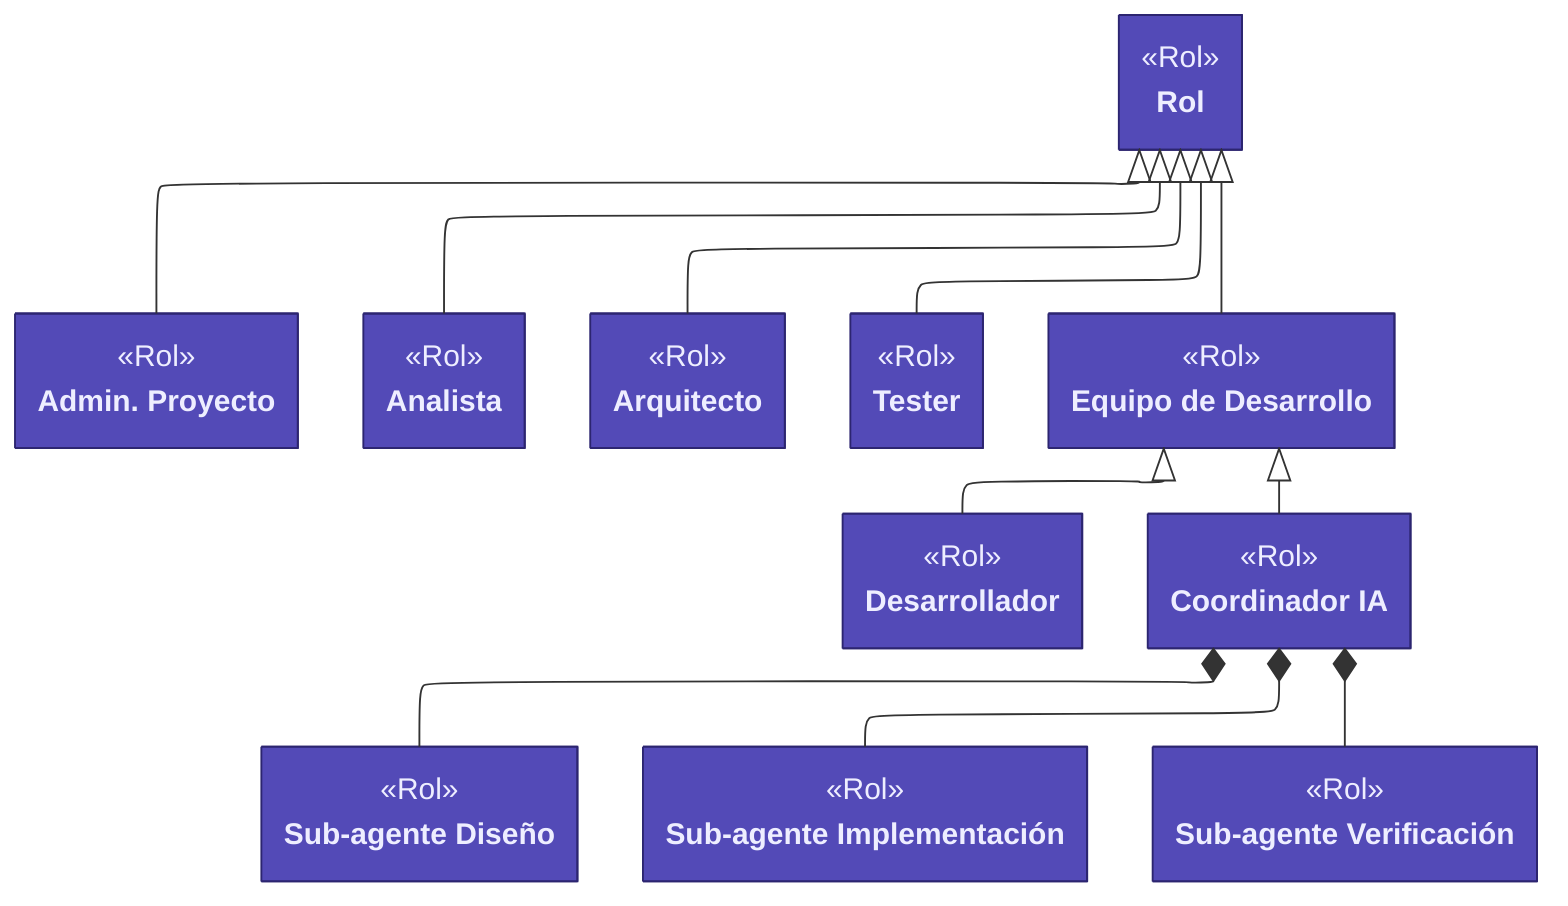
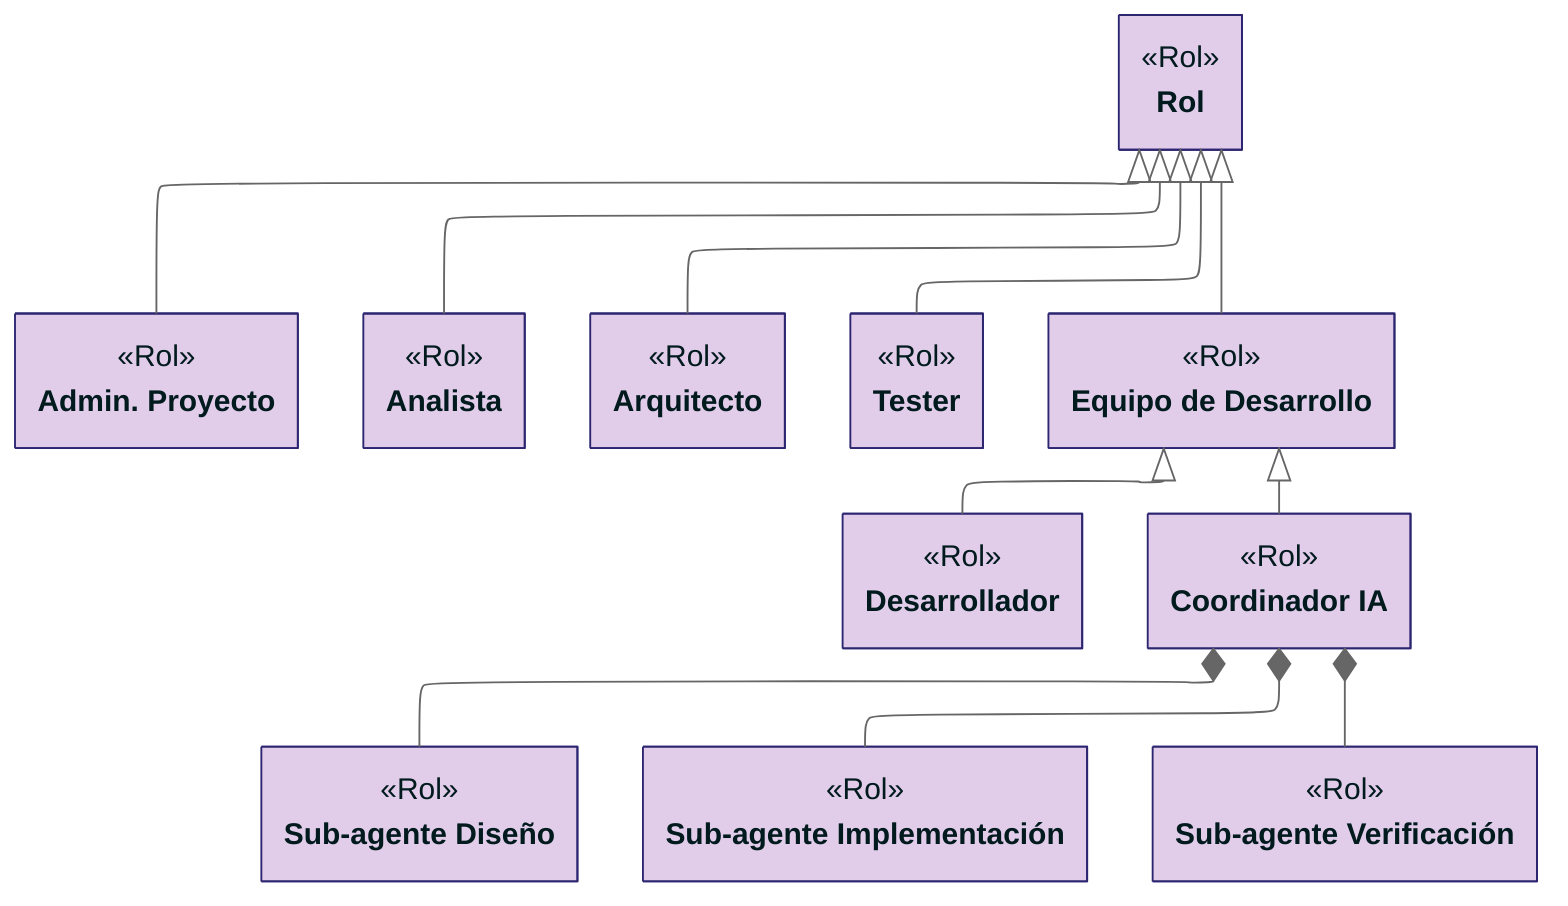
---
config:
    layout: elk
    class:
        hideEmptyMembersBox: true
+     theme: neutral
---
classDiagram

class Rol["Rol"]:::rol {
    <<Rol>>
}
class AdminProyecto["Admin. Proyecto"]:::rol {
    <<Rol>>
}
class Analista["Analista"]:::rol {
    <<Rol>>
}
class Arquitecto["Arquitecto"]:::rol {
    <<Rol>>
}
class Tester["Tester"]:::rol {
    <<Rol>>
}
class EquipoDesarrollo["Equipo de Desarrollo"]:::rol {
    <<Rol>>
}
class Desarrollador["Desarrollador"]:::rol {
    <<Rol>>
}
class CoordinadorIA["Coordinador IA"]:::rol {
    <<Rol>>
}
class SubDiseno["Sub-agente Diseño"]:::rol {
    <<Rol>>
}
class SubImpl["Sub-agente Implementación"]:::rol {
    <<Rol>>
}
class SubVerif["Sub-agente Verificación"]:::rol {
    <<Rol>>
}

Rol <|-- AdminProyecto
Rol <|-- Analista
Rol <|-- Arquitecto
Rol <|-- Tester
Rol <|-- EquipoDesarrollo
EquipoDesarrollo <|-- Desarrollador
EquipoDesarrollo <|-- CoordinadorIA
CoordinadorIA *-- SubDiseno
CoordinadorIA *-- SubImpl
CoordinadorIA *-- SubVerif

- classDef rol fill:#534AB7,stroke:#2c2570,color:#eeeeff+ classDef rol fill:#E1CDE9,stroke:#2c2570,color:#001a1e